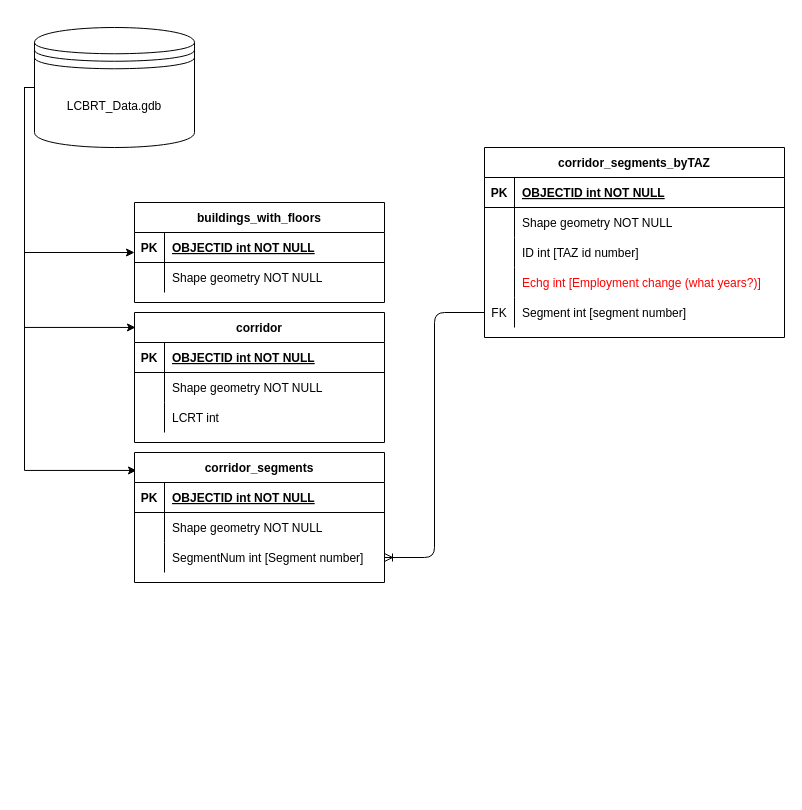
Before: page "Relationships" (1 of 9) of Untitled Diagram.drawio in renaissanceplanning/LCBRT_TOD, a draw.io diagram. Source tidied: cells renumbered, new cells numbered last; positions are measured from the earlier drawing's top-left corner, leaving out a move shared by most shapes. Both pictures are drawn from the tidied source at 100%, with x=0, y=0 at pixel (24, 27).
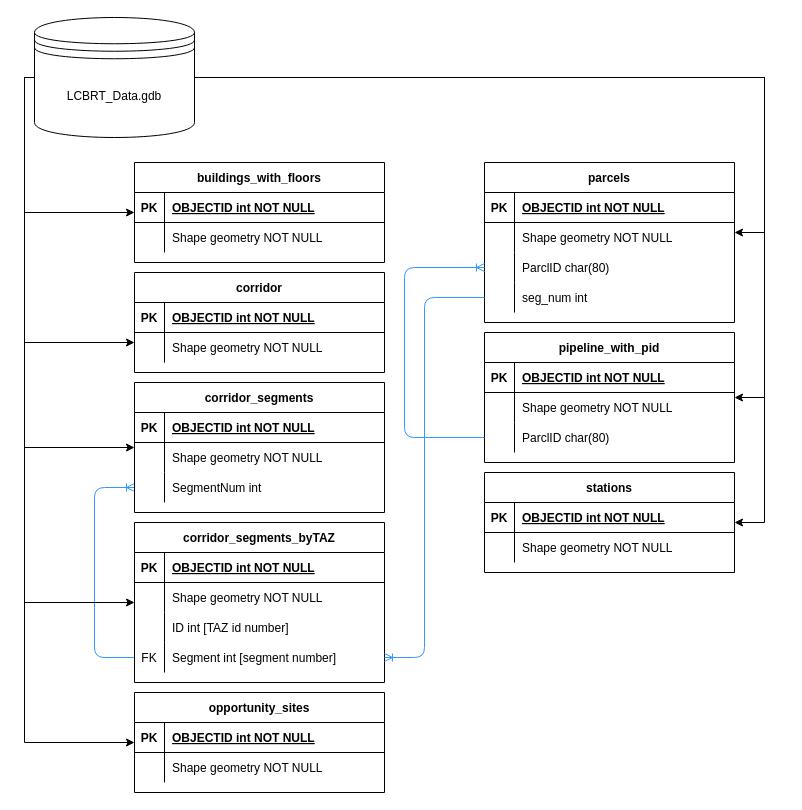
The same diagram, later.

Commit message:
Relationship diagram

Unchanged cells that the change refers to:
```xml
<mxCell id="47" style="shape=partialRectangle;fillColor=none;points=[[0,0.5],[1,0.5]];portConstraint=eastwest;top=0;left=0;right=0;bottom=0;" parent="40" vertex="1">
  <mxGeometry y="90" width="250" height="30" as="geometry" />
</mxCell>
```

What changed in the source:
```diff
@@
-    <mxCell id="2" style="edgeStyle=elbowEdgeStyle;fontSize=12;html=1;endArrow=ERoneToMany;exitX=0;exitY=0.5;exitDx=0;exitDy=0;" parent="1" edge="1" source="20" target="47">
-      <mxGeometry relative="1" as="geometry" />
+    <mxCell id="2" style="edgeStyle=elbowEdgeStyle;fontSize=12;html=1;endArrow=ERoneToMany;entryX=0;entryY=0.5;entryDx=0;entryDy=0;exitX=0;exitY=0.5;exitDx=0;exitDy=0;strokeColor=#3399FF;" parent="1" edge="1" source="20" target="47">
+      <mxGeometry relative="1" as="geometry">
+        <Array as="points">
+          <mxPoint x="70" y="555" />
+        </Array>
+      </mxGeometry>
     </mxCell>
@@
-    <mxCell id="4" style="edgeStyle=elbowEdgeStyle;rounded=0;jettySize=auto;html=1;exitX=0;exitY=0.5;exitDx=0;exitDy=0;entryX=0.004;entryY=0.115;entryDx=0;entryDy=0;fontColor=#000000;entryPerimeter=0;" parent="1" edge="1" source="6" target="30">
+    <mxCell id="4" style="edgeStyle=elbowEdgeStyle;rounded=0;jettySize=auto;html=1;fontColor=#000000;" parent="1" edge="1" source="6" target="30">
       <mxGeometry relative="1" as="geometry">
         <Array as="points">
           <mxPoint y="315" />
         </Array>
       </mxGeometry>
     </mxCell>
-    <mxCell id="5" style="edgeStyle=elbowEdgeStyle;rounded=0;jettySize=auto;html=1;exitX=0;exitY=0.5;exitDx=0;exitDy=0;entryX=0.008;entryY=0.138;entryDx=0;entryDy=0;entryPerimeter=0;fontColor=#000000;" parent="1" edge="1" source="6" target="40">
+    <mxCell id="5" style="edgeStyle=elbowEdgeStyle;rounded=0;jettySize=auto;html=1;fontColor=#000000;" parent="1" edge="1" source="6" target="40">
       <mxGeometry relative="1" as="geometry">
         <Array as="points">
           <mxPoint y="245" />
         </Array>
       </mxGeometry>
     </mxCell>
+    <mxCell id="50" style="edgeStyle=elbowEdgeStyle;rounded=0;jettySize=auto;html=1;fontColor=#000000;" parent="1" edge="1" source="6" target="56">
+      <mxGeometry relative="1" as="geometry">
+        <Array as="points">
+          <mxPoint y="325" />
+        </Array>
+      </mxGeometry>
+    </mxCell>
+    <mxCell id="51" style="edgeStyle=elbowEdgeStyle;rounded=0;jettySize=auto;html=1;fontColor=#000000;" parent="1" edge="1" source="6" target="7">
+      <mxGeometry relative="1" as="geometry">
+        <Array as="points">
+          <mxPoint y="285" />
+        </Array>
+      </mxGeometry>
+    </mxCell>
+    <mxCell id="52" style="edgeStyle=elbowEdgeStyle;rounded=0;jettySize=auto;html=1;fontColor=#000000;" parent="1" edge="1" source="6" target="63">
+      <mxGeometry relative="1" as="geometry">
+        <Array as="points">
+          <mxPoint x="740" y="205" />
+          <mxPoint x="605" y="125" />
+        </Array>
+      </mxGeometry>
+    </mxCell>
     <mxCell id="6" value="LCBRT_Data.gdb" style="shape=datastore;whiteSpace=wrap;html=1;labelBackgroundColor=#ffffff;" parent="1" vertex="1">
-      <mxGeometry x="10" width="160" height="120" as="geometry" />
+      <mxGeometry x="10" y="-10" width="160" height="120" as="geometry" />
     </mxCell>
-    <mxCell id="7" value="corridor_segments_byTAZ" style="shape=table;startSize=30;childLayout=tableLayout;rowLines=0;fontStyle=1;align=center;" parent="1" vertex="1">
-      <mxGeometry x="460" y="120" width="300" height="190" as="geometry" />
-    </mxCell>
-    <mxCell id="8" style="shape=partialRectangle;fillColor=none;top=0;left=0;right=0;bottom=1;" parent="7" vertex="1">
-      <mxGeometry y="30" width="300" height="30" as="geometry" />
-    </mxCell>
-    <mxCell id="9" value="PK" style="shape=partialRectangle;overflow=hidden;fillColor=none;top=0;left=0;bottom=0;right=0;fontStyle=1;" parent="8" vertex="1">
-      <mxGeometry width="30" height="30" as="geometry" />
-    </mxCell>
-    <mxCell id="10" value="OBJECTID int NOT NULL " style="shape=partialRectangle;overflow=hidden;fillColor=none;top=0;left=0;bottom=0;right=0;align=left;spacingLeft=6;fontStyle=5;" parent="8" vertex="1">
-      <mxGeometry x="30" width="270" height="30" as="geometry" />
-    </mxCell>
-    <mxCell id="11" style="shape=partialRectangle;fillColor=none;top=0;left=0;right=0;bottom=0;" parent="7" vertex="1">
-      <mxGeometry y="60" width="300" height="30" as="geometry" />
-    </mxCell>
-    <mxCell id="12" style="shape=partialRectangle;overflow=hidden;fillColor=none;top=0;left=0;bottom=0;right=0;" parent="11" vertex="1">
-      <mxGeometry width="30" height="30" as="geometry" />
-    </mxCell>
-    <mxCell id="13" value="Shape geometry NOT NULL" style="shape=partialRectangle;overflow=hidden;fillColor=none;top=0;left=0;bottom=0;right=0;align=left;spacingLeft=6;" parent="11" vertex="1">
-      <mxGeometry x="30" width="270" height="30" as="geometry" />
-    </mxCell>
-    <mxCell id="14" style="shape=partialRectangle;fillColor=none;top=0;left=0;right=0;bottom=0;" parent="7" vertex="1">
-      <mxGeometry y="90" width="300" height="30" as="geometry" />
-    </mxCell>
-    <mxCell id="15" style="shape=partialRectangle;overflow=hidden;fillColor=none;top=0;left=0;bottom=0;right=0;" parent="14" vertex="1">
-      <mxGeometry width="30" height="30" as="geometry" />
-    </mxCell>
-    <mxCell id="16" value="ID int [TAZ id number]" style="shape=partialRectangle;overflow=hidden;fillColor=none;top=0;left=0;bottom=0;right=0;align=left;spacingLeft=6;" parent="14" vertex="1">
-      <mxGeometry x="30" width="270" height="30" as="geometry" />
-    </mxCell>
-    <mxCell id="17" style="shape=partialRectangle;fillColor=none;top=0;left=0;right=0;bottom=0;" parent="7" vertex="1">
-      <mxGeometry y="120" width="300" height="30" as="geometry" />
-    </mxCell>
-    <mxCell id="18" style="shape=partialRectangle;overflow=hidden;fillColor=none;top=0;left=0;bottom=0;right=0;" parent="17" vertex="1">
-      <mxGeometry width="30" height="30" as="geometry" />
-    </mxCell>
-    <mxCell id="19" value="Echg int [Employment change (what years?)]" style="shape=partialRectangle;overflow=hidden;fillColor=none;top=0;left=0;bottom=0;right=0;align=left;spacingLeft=6;fontColor=#FF0000;" parent="17" vertex="1">
-      <mxGeometry x="30" width="270" height="30" as="geometry" />
-    </mxCell>
-    <mxCell id="20" style="shape=partialRectangle;fillColor=none;points=[[0,0.5],[1,0.5]];portConstraint=eastwest;top=0;left=0;right=0;bottom=0;" parent="7" vertex="1">
-      <mxGeometry y="150" width="300" height="30" as="geometry" />
-    </mxCell>
-    <mxCell id="21" value="FK" style="shape=partialRectangle;overflow=hidden;fillColor=none;top=0;left=0;bottom=0;right=0;" parent="20" vertex="1">
-      <mxGeometry width="30" height="30" as="geometry" />
-    </mxCell>
-    <mxCell id="22" value="Segment int [segment number]" style="shape=partialRectangle;overflow=hidden;fillColor=none;top=0;left=0;bottom=0;right=0;align=left;spacingLeft=6;" parent="20" vertex="1">
-      <mxGeometry x="30" width="270" height="30" as="geometry" />
-    </mxCell>
     <mxCell id="23" value="buildings_with_floors" style="shape=table;startSize=30;childLayout=tableLayout;rowLines=0;fontStyle=1;align=center;" parent="1" vertex="1">
-      <mxGeometry x="110" y="175" width="250" height="100" as="geometry" />
+      <mxGeometry x="110" y="135" width="250" height="100" as="geometry" />
     </mxCell>
@@
     <mxCell id="30" value="corridor" style="shape=table;startSize=30;childLayout=tableLayout;rowLines=0;fontStyle=1;align=center;" parent="1" vertex="1">
-      <mxGeometry x="110" y="285" width="250" height="130" as="geometry" />
+      <mxGeometry x="110" y="245" width="250" height="100" as="geometry" />
     </mxCell>
@@
-    <mxCell id="34" style="shape=partialRectangle;fillColor=none;top=0;left=0;right=0;bottom=0;" parent="30" vertex="1">
-      <mxGeometry y="60" width="250" height="30" as="geometry" />
-    </mxCell>
-    <mxCell id="35" style="shape=partialRectangle;overflow=hidden;fillColor=none;top=0;left=0;bottom=0;right=0;" parent="34" vertex="1">
-      <mxGeometry width="30" height="30" as="geometry" />
-    </mxCell>
-    <mxCell id="36" value="Shape geometry NOT NULL" style="shape=partialRectangle;overflow=hidden;fillColor=none;top=0;left=0;bottom=0;right=0;align=left;spacingLeft=6;" parent="34" vertex="1">
-      <mxGeometry x="30" width="220" height="30" as="geometry" />
-    </mxCell>
-    <mxCell id="37" style="shape=partialRectangle;fillColor=none;top=0;left=0;right=0;bottom=0;" parent="30" vertex="1">
-      <mxGeometry y="90" width="250" height="30" as="geometry" />
-    </mxCell>
-    <mxCell id="38" style="shape=partialRectangle;overflow=hidden;fillColor=none;top=0;left=0;bottom=0;right=0;" parent="37" vertex="1">
-      <mxGeometry width="30" height="30" as="geometry" />
-    </mxCell>
-    <mxCell id="39" value="LCRT int" style="shape=partialRectangle;overflow=hidden;fillColor=none;top=0;left=0;bottom=0;right=0;align=left;spacingLeft=6;" parent="37" vertex="1">
-      <mxGeometry x="30" width="220" height="30" as="geometry" />
-    </mxCell>
+    <mxCell id="53" style="shape=partialRectangle;fillColor=none;top=0;left=0;right=0;bottom=0;" parent="30" vertex="1">
+      <mxGeometry y="60" width="250" height="30" as="geometry" />
+    </mxCell>
+    <mxCell id="54" style="shape=partialRectangle;overflow=hidden;fillColor=none;top=0;left=0;bottom=0;right=0;" parent="53" vertex="1">
+      <mxGeometry width="30" height="30" as="geometry" />
+    </mxCell>
+    <mxCell id="55" value="Shape geometry NOT NULL" style="shape=partialRectangle;overflow=hidden;fillColor=none;top=0;left=0;bottom=0;right=0;align=left;spacingLeft=6;" parent="53" vertex="1">
+      <mxGeometry x="30" width="220" height="30" as="geometry" />
+    </mxCell>
     <mxCell id="40" value="corridor_segments" style="shape=table;startSize=30;childLayout=tableLayout;rowLines=0;fontStyle=1;align=center;" parent="1" vertex="1">
-      <mxGeometry x="110" y="425" width="250" height="130" as="geometry" />
+      <mxGeometry x="110" y="355" width="250" height="130" as="geometry" />
     </mxCell>
@@
-    <mxCell id="49" value="SegmentNum int [Segment number]" style="shape=partialRectangle;overflow=hidden;fillColor=none;top=0;left=0;bottom=0;right=0;align=left;spacingLeft=6;" parent="47" vertex="1">
+    <mxCell id="49" value="SegmentNum int" style="shape=partialRectangle;overflow=hidden;fillColor=none;top=0;left=0;bottom=0;right=0;align=left;spacingLeft=6;" parent="47" vertex="1">
       <mxGeometry x="30" width="220" height="30" as="geometry" />
     </mxCell>
+    <mxCell id="56" value="opportunity_sites" style="shape=table;startSize=30;childLayout=tableLayout;rowLines=0;fontStyle=1;align=center;" parent="1" vertex="1">
+      <mxGeometry x="110" y="665" width="250" height="100" as="geometry" />
+    </mxCell>
+    <mxCell id="57" style="shape=partialRectangle;fillColor=none;top=0;left=0;right=0;bottom=1;" parent="56" vertex="1">
+      <mxGeometry y="30" width="250" height="30" as="geometry" />
+    </mxCell>
+    <mxCell id="58" value="PK" style="shape=partialRectangle;overflow=hidden;fillColor=none;top=0;left=0;bottom=0;right=0;fontStyle=1;" parent="57" vertex="1">
+      <mxGeometry width="30" height="30" as="geometry" />
+    </mxCell>
+    <mxCell id="59" value="OBJECTID int NOT NULL " style="shape=partialRectangle;overflow=hidden;fillColor=none;top=0;left=0;bottom=0;right=0;align=left;spacingLeft=6;fontStyle=5;" parent="57" vertex="1">
+      <mxGeometry x="30" width="220" height="30" as="geometry" />
+    </mxCell>
+    <mxCell id="60" style="shape=partialRectangle;fillColor=none;top=0;left=0;right=0;bottom=0;" parent="56" vertex="1">
+      <mxGeometry y="60" width="250" height="30" as="geometry" />
+    </mxCell>
+    <mxCell id="61" style="shape=partialRectangle;overflow=hidden;fillColor=none;top=0;left=0;bottom=0;right=0;" parent="60" vertex="1">
+      <mxGeometry width="30" height="30" as="geometry" />
+    </mxCell>
+    <mxCell id="62" value="Shape geometry NOT NULL" style="shape=partialRectangle;overflow=hidden;fillColor=none;top=0;left=0;bottom=0;right=0;align=left;spacingLeft=6;" parent="60" vertex="1">
+      <mxGeometry x="30" width="220" height="30" as="geometry" />
+    </mxCell>
+    <mxCell id="7" value="corridor_segments_byTAZ" style="shape=table;startSize=30;childLayout=tableLayout;rowLines=0;fontStyle=1;align=center;" parent="1" vertex="1">
+      <mxGeometry x="110" y="495" width="250" height="160" as="geometry" />
+    </mxCell>
+    <mxCell id="8" style="shape=partialRectangle;fillColor=none;top=0;left=0;right=0;bottom=1;" parent="7" vertex="1">
+      <mxGeometry y="30" width="250" height="30" as="geometry" />
+    </mxCell>
+    <mxCell id="9" value="PK" style="shape=partialRectangle;overflow=hidden;fillColor=none;top=0;left=0;bottom=0;right=0;fontStyle=1;" parent="8" vertex="1">
+      <mxGeometry width="30" height="30" as="geometry" />
+    </mxCell>
+    <mxCell id="10" value="OBJECTID int NOT NULL " style="shape=partialRectangle;overflow=hidden;fillColor=none;top=0;left=0;bottom=0;right=0;align=left;spacingLeft=6;fontStyle=5;" parent="8" vertex="1">
+      <mxGeometry x="30" width="220" height="30" as="geometry" />
+    </mxCell>
+    <mxCell id="11" style="shape=partialRectangle;fillColor=none;top=0;left=0;right=0;bottom=0;" parent="7" vertex="1">
+      <mxGeometry y="60" width="250" height="30" as="geometry" />
+    </mxCell>
+    <mxCell id="12" style="shape=partialRectangle;overflow=hidden;fillColor=none;top=0;left=0;bottom=0;right=0;" parent="11" vertex="1">
+      <mxGeometry width="30" height="30" as="geometry" />
+    </mxCell>
+    <mxCell id="13" value="Shape geometry NOT NULL" style="shape=partialRectangle;overflow=hidden;fillColor=none;top=0;left=0;bottom=0;right=0;align=left;spacingLeft=6;" parent="11" vertex="1">
+      <mxGeometry x="30" width="220" height="30" as="geometry" />
+    </mxCell>
+    <mxCell id="14" style="shape=partialRectangle;fillColor=none;top=0;left=0;right=0;bottom=0;" parent="7" vertex="1">
+      <mxGeometry y="90" width="250" height="30" as="geometry" />
+    </mxCell>
+    <mxCell id="15" style="shape=partialRectangle;overflow=hidden;fillColor=none;top=0;left=0;bottom=0;right=0;" parent="14" vertex="1">
+      <mxGeometry width="30" height="30" as="geometry" />
+    </mxCell>
+    <mxCell id="16" value="ID int [TAZ id number]" style="shape=partialRectangle;overflow=hidden;fillColor=none;top=0;left=0;bottom=0;right=0;align=left;spacingLeft=6;" parent="14" vertex="1">
+      <mxGeometry x="30" width="220" height="30" as="geometry" />
+    </mxCell>
+    <mxCell id="20" style="shape=partialRectangle;fillColor=none;points=[[0,0.5],[1,0.5]];portConstraint=eastwest;top=0;left=0;right=0;bottom=0;" parent="7" vertex="1">
+      <mxGeometry y="120" width="250" height="30" as="geometry" />
+    </mxCell>
+    <mxCell id="21" value="FK" style="shape=partialRectangle;overflow=hidden;fillColor=none;top=0;left=0;bottom=0;right=0;" parent="20" vertex="1">
+      <mxGeometry width="30" height="30" as="geometry" />
+    </mxCell>
+    <mxCell id="22" value="Segment int [segment number]" style="shape=partialRectangle;overflow=hidden;fillColor=none;top=0;left=0;bottom=0;right=0;align=left;spacingLeft=6;" parent="20" vertex="1">
+      <mxGeometry x="30" width="220" height="30" as="geometry" />
+    </mxCell>
+    <mxCell id="63" value="parcels" style="shape=table;startSize=30;childLayout=tableLayout;rowLines=0;fontStyle=1;align=center;" parent="1" vertex="1">
+      <mxGeometry x="460" y="135" width="250" height="160" as="geometry" />
+    </mxCell>
+    <mxCell id="64" style="shape=partialRectangle;fillColor=none;top=0;left=0;right=0;bottom=1;" parent="63" vertex="1">
+      <mxGeometry y="30" width="250" height="30" as="geometry" />
+    </mxCell>
+    <mxCell id="65" value="PK" style="shape=partialRectangle;overflow=hidden;fillColor=none;top=0;left=0;bottom=0;right=0;fontStyle=1;" parent="64" vertex="1">
+      <mxGeometry width="30" height="30" as="geometry" />
+    </mxCell>
+    <mxCell id="66" value="OBJECTID int NOT NULL " style="shape=partialRectangle;overflow=hidden;fillColor=none;top=0;left=0;bottom=0;right=0;align=left;spacingLeft=6;fontStyle=5;" parent="64" vertex="1">
+      <mxGeometry x="30" width="220" height="30" as="geometry" />
+    </mxCell>
+    <mxCell id="67" style="shape=partialRectangle;fillColor=none;top=0;left=0;right=0;bottom=0;" parent="63" vertex="1">
+      <mxGeometry y="60" width="250" height="30" as="geometry" />
+    </mxCell>
+    <mxCell id="68" style="shape=partialRectangle;overflow=hidden;fillColor=none;top=0;left=0;bottom=0;right=0;" parent="67" vertex="1">
+      <mxGeometry width="30" height="30" as="geometry" />
+    </mxCell>
+    <mxCell id="69" value="Shape geometry NOT NULL" style="shape=partialRectangle;overflow=hidden;fillColor=none;top=0;left=0;bottom=0;right=0;align=left;spacingLeft=6;" parent="67" vertex="1">
+      <mxGeometry x="30" width="220" height="30" as="geometry" />
+    </mxCell>
+    <mxCell id="70" style="shape=partialRectangle;fillColor=none;points=[[0,0.5],[1,0.5]];portConstraint=eastwest;top=0;left=0;right=0;bottom=0;" parent="63" vertex="1">
+      <mxGeometry y="90" width="250" height="30" as="geometry" />
+    </mxCell>
+    <mxCell id="71" style="shape=partialRectangle;overflow=hidden;fillColor=none;top=0;left=0;bottom=0;right=0;" parent="70" vertex="1">
+      <mxGeometry width="30" height="30" as="geometry" />
+    </mxCell>
+    <mxCell id="72" value="ParclID char(80)" style="shape=partialRectangle;overflow=hidden;fillColor=none;top=0;left=0;bottom=0;right=0;align=left;spacingLeft=6;" parent="70" vertex="1">
+      <mxGeometry x="30" width="220" height="30" as="geometry" />
+    </mxCell>
+    <mxCell id="73" style="shape=partialRectangle;fillColor=none;points=[[0,0.5],[1,0.5]];portConstraint=eastwest;top=0;left=0;right=0;bottom=0;" parent="63" vertex="1">
+      <mxGeometry y="120" width="250" height="30" as="geometry" />
+    </mxCell>
+    <mxCell id="74" style="shape=partialRectangle;overflow=hidden;fillColor=none;top=0;left=0;bottom=0;right=0;" parent="73" vertex="1">
+      <mxGeometry width="30" height="30" as="geometry" />
+    </mxCell>
+    <mxCell id="75" value="seg_num int " style="shape=partialRectangle;overflow=hidden;fillColor=none;top=0;left=0;bottom=0;right=0;align=left;spacingLeft=6;" parent="73" vertex="1">
+      <mxGeometry x="30" width="220" height="30" as="geometry" />
+    </mxCell>
+    <mxCell id="76" style="edgeStyle=elbowEdgeStyle;fontSize=12;html=1;endArrow=ERoneToMany;strokeColor=#3399FF;" parent="1" edge="1" source="73" target="20">
+      <mxGeometry relative="1" as="geometry">
+        <Array as="points">
+          <mxPoint x="400" y="555" />
+        </Array>
+      </mxGeometry>
+    </mxCell>
+    <mxCell id="77" value="pipeline_with_pid" style="shape=table;startSize=30;childLayout=tableLayout;rowLines=0;fontStyle=1;align=center;" parent="1" vertex="1">
+      <mxGeometry x="460" y="305" width="250" height="130" as="geometry" />
+    </mxCell>
+    <mxCell id="78" style="shape=partialRectangle;fillColor=none;top=0;left=0;right=0;bottom=1;" parent="77" vertex="1">
+      <mxGeometry y="30" width="250" height="30" as="geometry" />
+    </mxCell>
+    <mxCell id="79" value="PK" style="shape=partialRectangle;overflow=hidden;fillColor=none;top=0;left=0;bottom=0;right=0;fontStyle=1;" parent="78" vertex="1">
+      <mxGeometry width="30" height="30" as="geometry" />
+    </mxCell>
+    <mxCell id="80" value="OBJECTID int NOT NULL " style="shape=partialRectangle;overflow=hidden;fillColor=none;top=0;left=0;bottom=0;right=0;align=left;spacingLeft=6;fontStyle=5;" parent="78" vertex="1">
+      <mxGeometry x="30" width="220" height="30" as="geometry" />
+    </mxCell>
+    <mxCell id="81" style="shape=partialRectangle;fillColor=none;top=0;left=0;right=0;bottom=0;" parent="77" vertex="1">
+      <mxGeometry y="60" width="250" height="30" as="geometry" />
+    </mxCell>
+    <mxCell id="82" style="shape=partialRectangle;overflow=hidden;fillColor=none;top=0;left=0;bottom=0;right=0;" parent="81" vertex="1">
+      <mxGeometry width="30" height="30" as="geometry" />
+    </mxCell>
+    <mxCell id="83" value="Shape geometry NOT NULL" style="shape=partialRectangle;overflow=hidden;fillColor=none;top=0;left=0;bottom=0;right=0;align=left;spacingLeft=6;" parent="81" vertex="1">
+      <mxGeometry x="30" width="220" height="30" as="geometry" />
+    </mxCell>
+    <mxCell id="84" style="shape=partialRectangle;fillColor=none;points=[[0,0.5],[1,0.5]];portConstraint=eastwest;top=0;left=0;right=0;bottom=0;" parent="77" vertex="1">
+      <mxGeometry y="90" width="250" height="30" as="geometry" />
+    </mxCell>
+    <mxCell id="85" style="shape=partialRectangle;overflow=hidden;fillColor=none;top=0;left=0;bottom=0;right=0;" parent="84" vertex="1">
+      <mxGeometry width="30" height="30" as="geometry" />
+    </mxCell>
+    <mxCell id="86" value="ParclID char(80)" style="shape=partialRectangle;overflow=hidden;fillColor=none;top=0;left=0;bottom=0;right=0;align=left;spacingLeft=6;" parent="84" vertex="1">
+      <mxGeometry x="30" width="220" height="30" as="geometry" />
+    </mxCell>
+    <mxCell id="87" style="edgeStyle=elbowEdgeStyle;rounded=0;jettySize=auto;html=1;fontColor=#000000;" parent="1" edge="1" target="77">
+      <mxGeometry relative="1" as="geometry">
+        <mxPoint x="170" y="50" as="sourcePoint" />
+        <Array as="points">
+          <mxPoint x="740" y="205" />
+          <mxPoint x="605" y="125" />
+        </Array>
+      </mxGeometry>
+    </mxCell>
+    <mxCell id="88" style="edgeStyle=elbowEdgeStyle;fontSize=12;html=1;endArrow=ERoneToMany;strokeColor=#3399FF;" parent="1" edge="1" source="84" target="70">
+      <mxGeometry relative="1" as="geometry">
+        <Array as="points">
+          <mxPoint x="380" y="295" />
+        </Array>
+      </mxGeometry>
+    </mxCell>
+    <mxCell id="89" value="stations" style="shape=table;startSize=30;childLayout=tableLayout;rowLines=0;fontStyle=1;align=center;" parent="1" vertex="1">
+      <mxGeometry x="460" y="445" width="250" height="100" as="geometry" />
+    </mxCell>
+    <mxCell id="90" style="shape=partialRectangle;fillColor=none;top=0;left=0;right=0;bottom=1;" parent="89" vertex="1">
+      <mxGeometry y="30" width="250" height="30" as="geometry" />
+    </mxCell>
+    <mxCell id="91" value="PK" style="shape=partialRectangle;overflow=hidden;fillColor=none;top=0;left=0;bottom=0;right=0;fontStyle=1;" parent="90" vertex="1">
+      <mxGeometry width="30" height="30" as="geometry" />
+    </mxCell>
+    <mxCell id="92" value="OBJECTID int NOT NULL " style="shape=partialRectangle;overflow=hidden;fillColor=none;top=0;left=0;bottom=0;right=0;align=left;spacingLeft=6;fontStyle=5;" parent="90" vertex="1">
+      <mxGeometry x="30" width="220" height="30" as="geometry" />
+    </mxCell>
+    <mxCell id="93" style="shape=partialRectangle;fillColor=none;top=0;left=0;right=0;bottom=0;" parent="89" vertex="1">
+      <mxGeometry y="60" width="250" height="30" as="geometry" />
+    </mxCell>
+    <mxCell id="94" style="shape=partialRectangle;overflow=hidden;fillColor=none;top=0;left=0;bottom=0;right=0;" parent="93" vertex="1">
+      <mxGeometry width="30" height="30" as="geometry" />
+    </mxCell>
+    <mxCell id="95" value="Shape geometry NOT NULL" style="shape=partialRectangle;overflow=hidden;fillColor=none;top=0;left=0;bottom=0;right=0;align=left;spacingLeft=6;" parent="93" vertex="1">
+      <mxGeometry x="30" width="220" height="30" as="geometry" />
+    </mxCell>
+    <mxCell id="96" style="edgeStyle=elbowEdgeStyle;rounded=0;jettySize=auto;html=1;fontColor=#000000;" parent="1" edge="1" target="89">
+      <mxGeometry relative="1" as="geometry">
+        <mxPoint x="170" y="50" as="sourcePoint" />
+        <Array as="points">
+          <mxPoint x="740" y="205" />
+          <mxPoint x="605" y="125" />
+        </Array>
+      </mxGeometry>
+    </mxCell>
```
